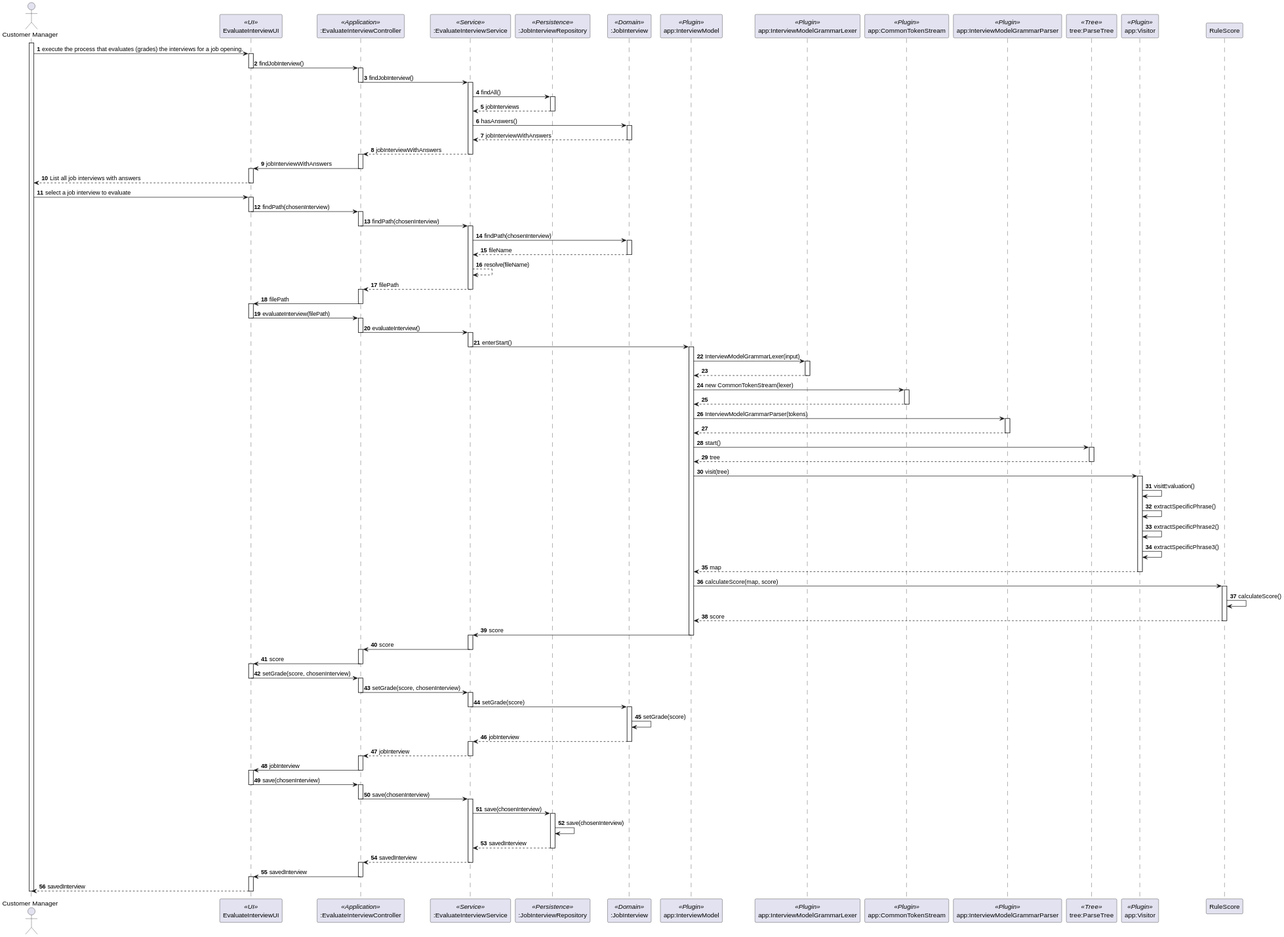
Earlier version of the PlantUML export docs/sprintC/1018/svg/1018-sequence-diagram.svg (marcoferreira37/Lapr4).
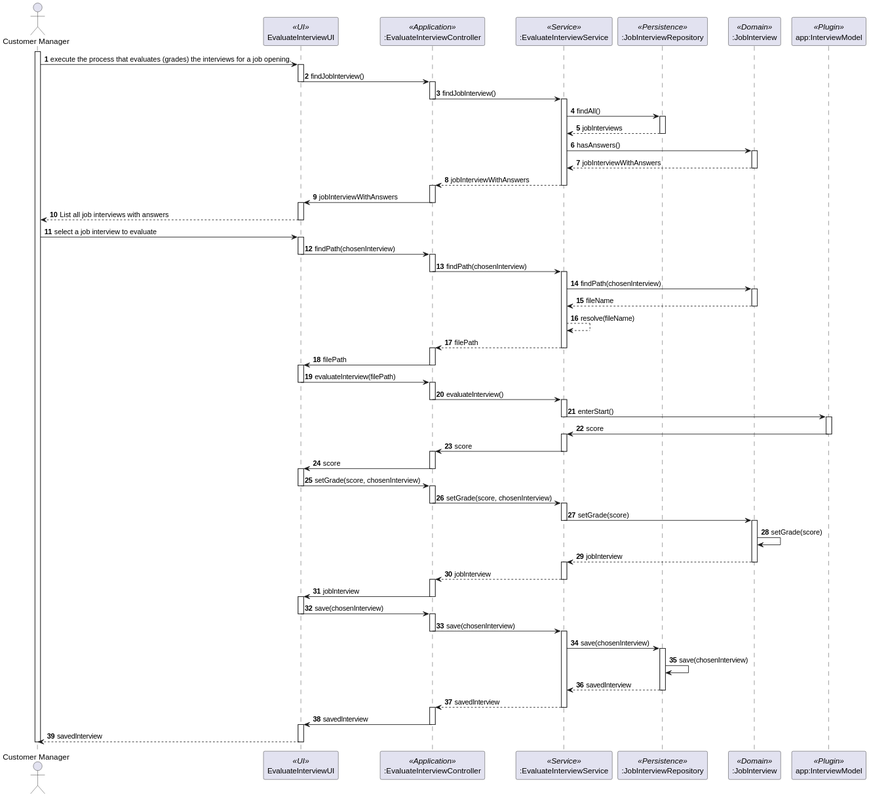
The same file after the commit.

Commit message:
#43 update sequence diagram without Plugin methods

The edit, as a diff of the source:
```diff
@@ -6,16 +6,6 @@
 participant ":JobInterviewRepository" as jobInterRepo <<Persistence>>
 participant ":JobInterview" as jobInterview <<Domain>>
 participant "app:InterviewModel" as interview <<Plugin>>
-participant "app:InterviewModelGrammarLexer" as lexer <<Plugin>>
-participant "app:CommonTokenStream" as stream <<Plugin>>
-participant "app:InterviewModelGrammarParser" as parser <<Plugin>>
-participant "tree:ParseTree" as tree <<Tree>>
-participant "app:Visitor" as visitor <<Plugin>>
-
-
-
-
-
 
 autonumber
 
@@ -113,45 +103,8 @@
 
 activate interview
 
-interview -> lexer: InterviewModelGrammarLexer(input)
-activate lexer
-lexer --> interview:
-deactivate lexer
-
-interview -> stream: new CommonTokenStream(lexer)
-activate stream
-stream --> interview:
-deactivate stream
-
-interview -> parser: InterviewModelGrammarParser(tokens)
-activate parser
-parser--> interview:
-deactivate parser
-
-interview -> tree: start()
-activate tree
-tree --> interview: tree
-deactivate tree
 
 
-interview -> visitor: visit(tree)
-activate visitor
-
-visitor -> visitor: visitEvaluation()
-visitor -> visitor: extractSpecificPhrase()
-visitor -> visitor: extractSpecificPhrase2()
-visitor -> visitor: extractSpecificPhrase3()
-
-visitor --> interview: map
-deactivate visitor
-
-interview -> RuleScore: calculateScore(map, score)
-activate RuleScore
-
-RuleScore -> RuleScore: calculateScore()
-
-RuleScore --> interview: score
-deactivate RuleScore
 
 interview -> jobServ: score
 deactivate interview
```
